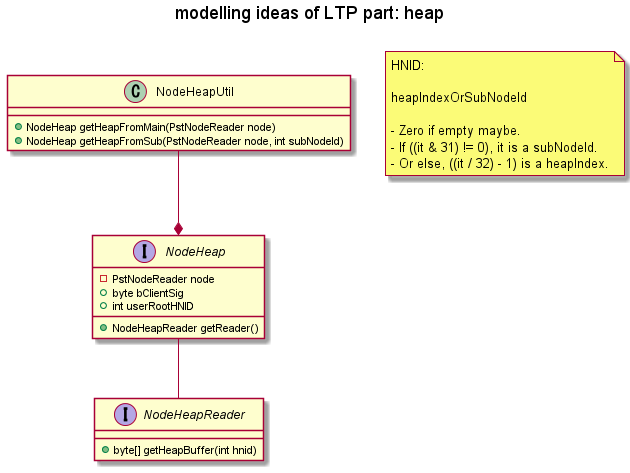
This is out/plantuml/base/ltp_heap.png from Kris-LIBIS/ruby-msg, a PlantUML export, as it was before one commit.
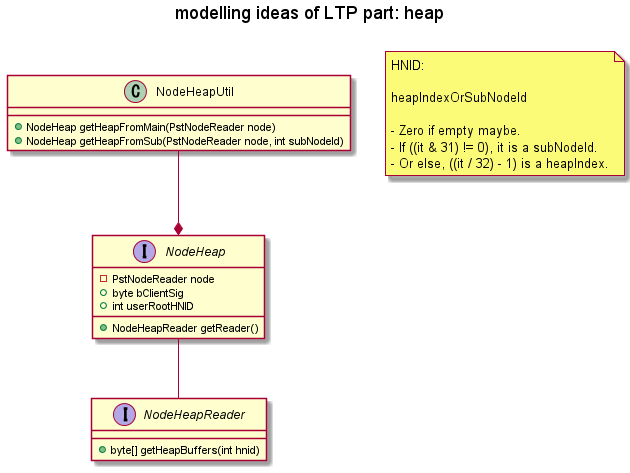
Later version of the same file.

What changed in the source:
```diff
@@ -14,7 +14,7 @@
 }
 
 interface NodeHeapReader {
-    + byte[] getHeapBuffer(int hnid)
+    + byte[] getHeapBuffers(int hnid)
 }
 
 note as N1
```
